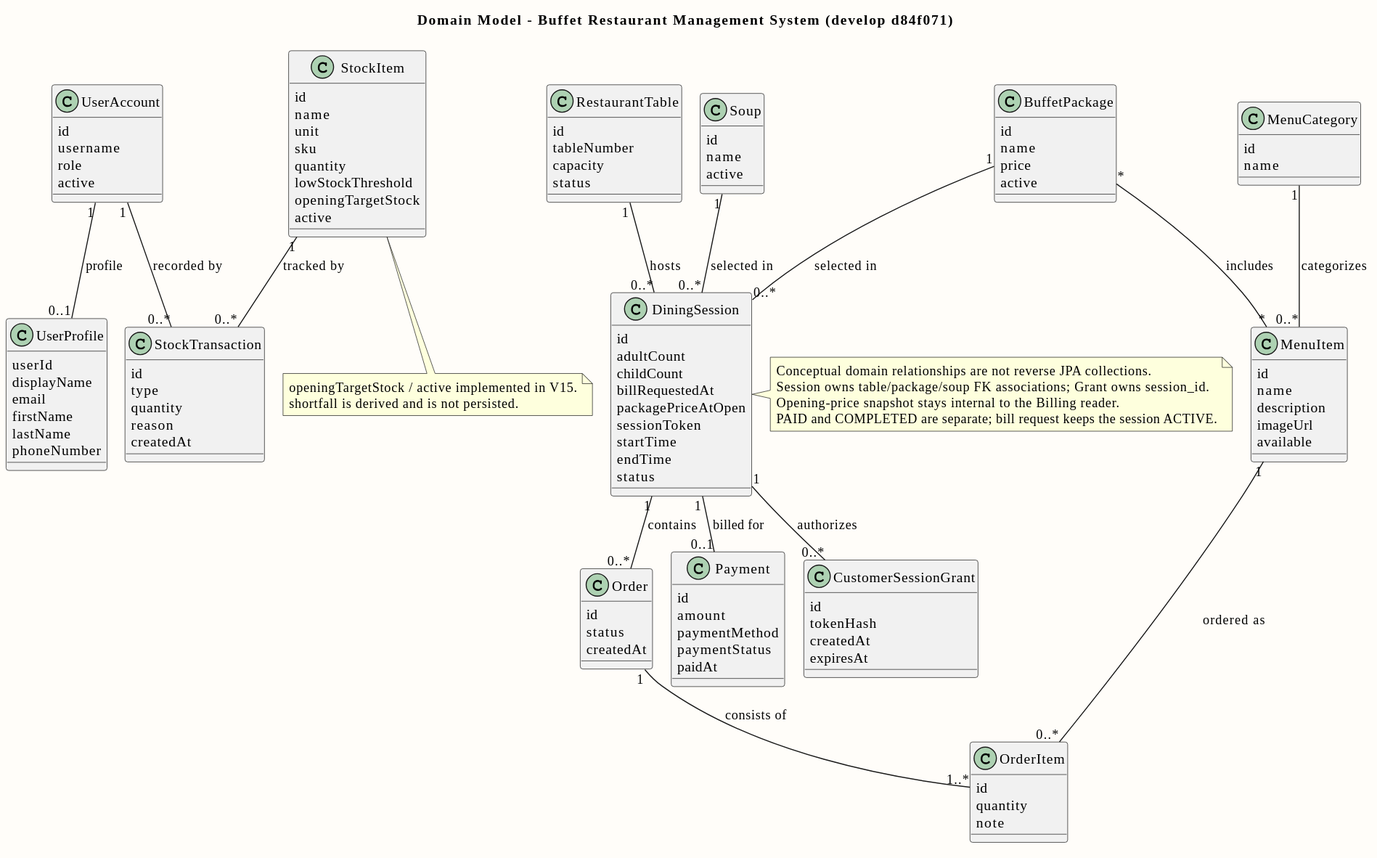
PavaritPramual/buffet-restaurant-management-system keeps this PlantUML diagram as doc/diagrams/previews/domain-model.svg. Above is the earlier version.
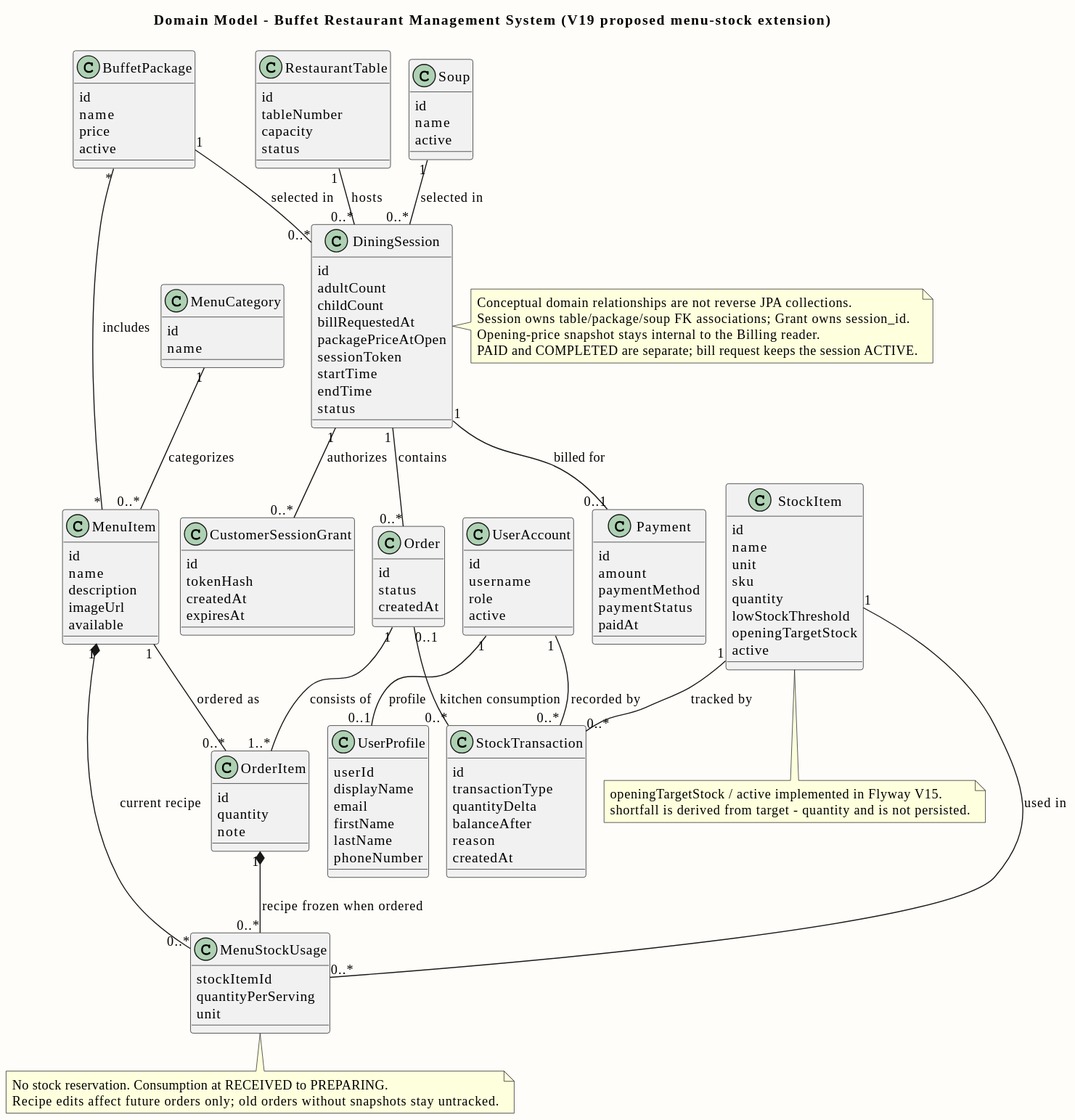
After the commit.

Change to the diagram source:
```diff
@@ -5,7 +5,7 @@
 skinparam backgroundColor #FFFDF9
 skinparam defaultFontName Tahoma
 
-title Domain Model - Buffet Restaurant Management System (develop d84f071)
+title Domain Model - Buffet Restaurant Management System (V19 proposed menu-stock extension)
 
 skinparam classAttributeIconSize 0
 skinparam shadowing false
@@ -120,8 +120,9 @@
 
 class StockTransaction {
     id
-    type
-    quantity
+    transactionType
+    quantityDelta
+    balanceAfter
     reason
     createdAt
 }
@@ -144,7 +145,20 @@
 UserAccount "1" -- "0..*" StockTransaction : recorded by >
 
 note bottom of StockItem
- openingTargetStock / active implemented in V15.
- shortfall is derived and is not persisted.
+ openingTargetStock / active implemented in Flyway V15.
+ shortfall is derived from target - quantity and is not persisted.
+end note
+class MenuStockUsage {
+ stockItemId
+ quantityPerServing
+ unit
+}
+MenuItem "1" *-- "0..*" MenuStockUsage : current recipe
+OrderItem "1" *-- "0..*" MenuStockUsage : recipe frozen when ordered
+StockItem "1" -- "0..*" MenuStockUsage : used in
+Order "0..1" -- "0..*" StockTransaction : kitchen consumption
+note bottom of MenuStockUsage
+ No stock reservation. Consumption at RECEIVED to PREPARING.
+ Recipe edits affect future orders only; old orders without snapshots stay untracked.
 end note
 @enduml
```
